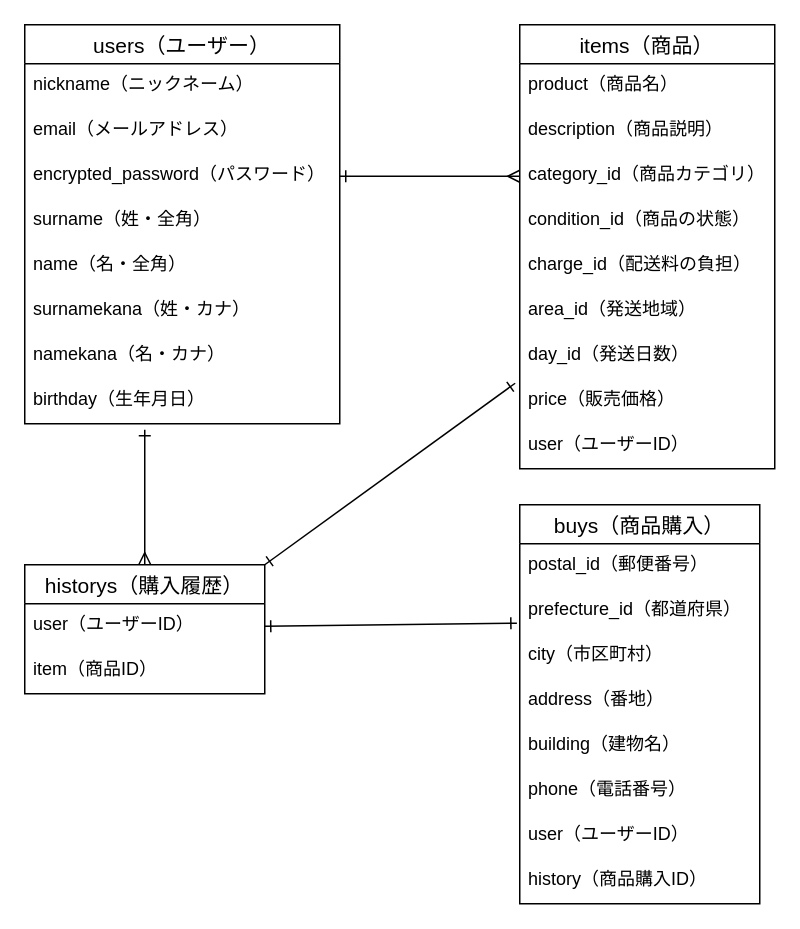
Before: furima.dio in tomoyaohashi/furima-39361, a draw.io diagram. Source tidied: cells renumbered, new cells numbered last; positions are measured from the earlier drawing's top-left corner, leaving out a move shared by most shapes. Both pictures are drawn from the tidied source at 150%, with x=0, y=0 at pixel (24, 24).
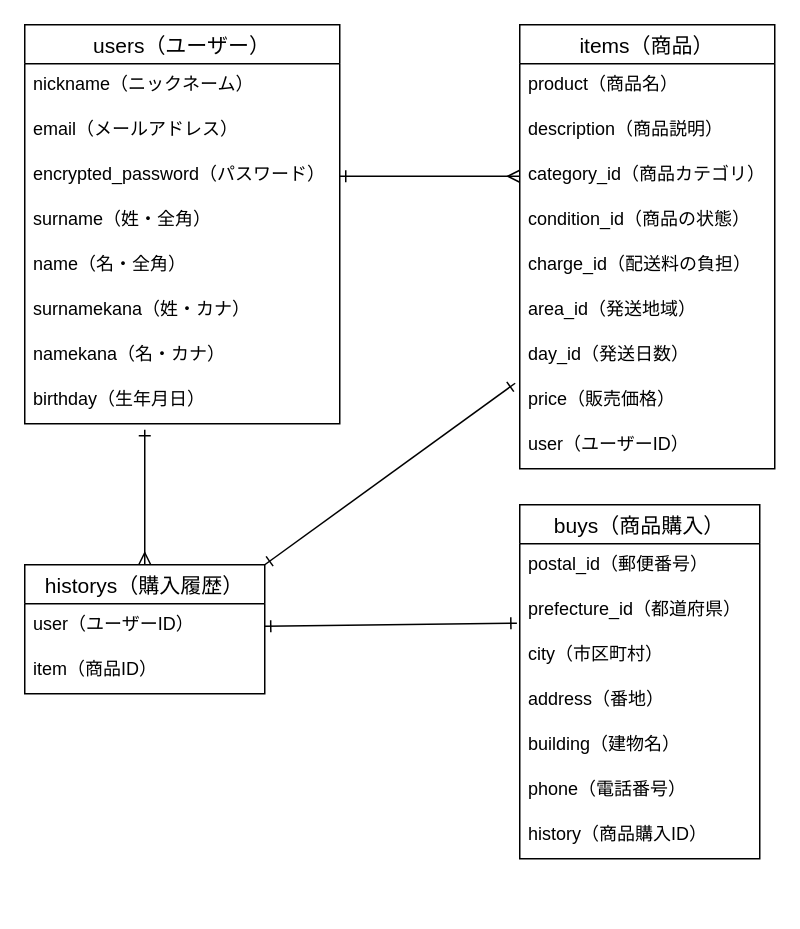
The same page after the edit.

Change to the diagram source:
```diff
@@
     <mxCell id="22" value="buys（商品購入）" style="swimlane;fontStyle=0;horizontal=1;startSize=26;align=center;fontSize=14;" parent="1" vertex="1">
-      <mxGeometry x="330" y="320" width="160" height="266" as="geometry" />
+      <mxGeometry x="330" y="320" width="160" height="236" as="geometry" />
     </mxCell>
@@
-    <mxCell id="29" value="user（ユーザーID）" style="text;strokeColor=none;fillColor=none;spacingLeft=4;spacingRight=4;overflow=hidden;fontSize=12;" parent="22" vertex="1">
-      <mxGeometry y="206" width="160" height="30" as="geometry" />
-    </mxCell>
     <mxCell id="30" value="history（商品購入ID）" style="text;strokeColor=none;fillColor=none;spacingLeft=4;spacingRight=4;overflow=hidden;fontSize=12;" parent="22" vertex="1">
-      <mxGeometry y="236" width="160" height="30" as="geometry" />
+      <mxGeometry y="206" width="160" height="30" as="geometry" />
     </mxCell>
```
